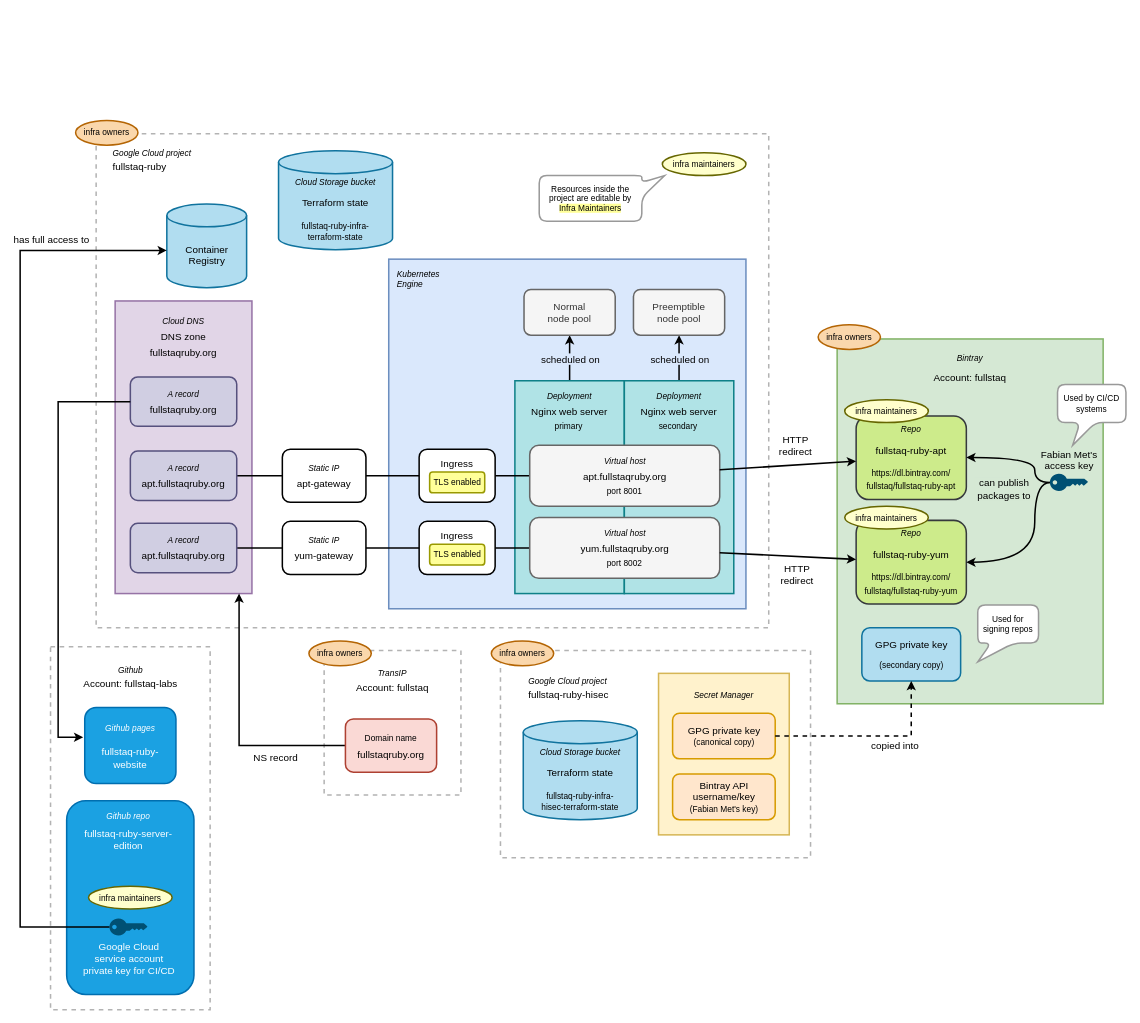
Earlier version of the draw.io diagram docs/infrastructure-overview.drawio (fullstaq-ruby/infra). Source tidied: cells renumbered, new cells numbered last; positions are measured from the earlier drawing's top-left corner, leaving out a move shared by most shapes. Both pictures are drawn from the tidied source at 76%, with x=0, y=0 at pixel (20, 120).
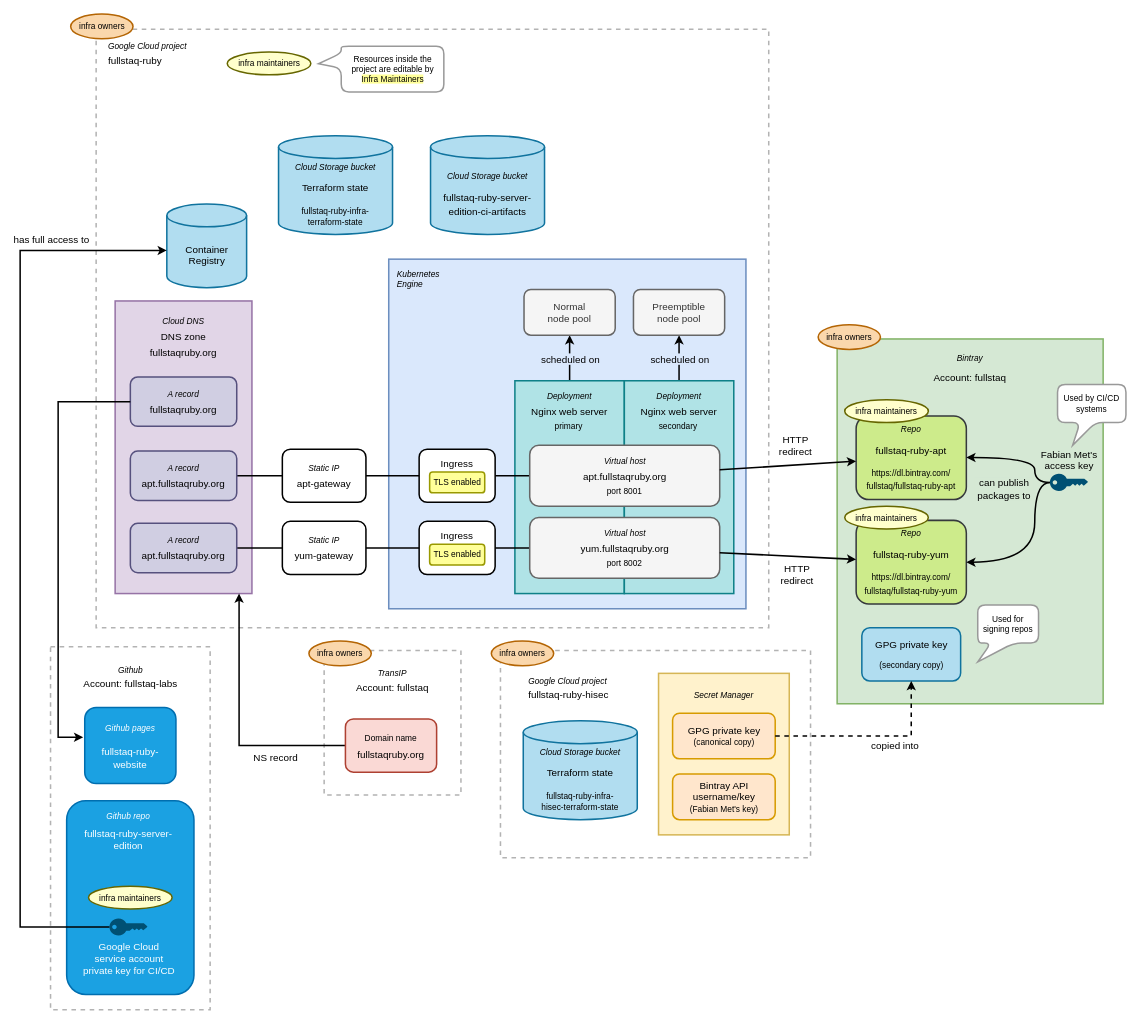
Above is the later version.

Commit message (it also covers changes not shown here):
Add Google Cloud Storage bucket for server edition CI artifacts

The edit, as a diff of the source:
```diff
@@
     <mxCell id="2" style="rounded=0;whiteSpace=wrap;html=1;shadow=0;glass=0;sketch=0;strokeWidth=2;fontSize=11;align=center;dashed=1;strokeColor=#B3B3B3;" parent="1" vertex="1">
-      <mxGeometry x="100" y="17.5" width="885" height="650" as="geometry" />
+      <mxGeometry x="100" y="-120" width="885" height="787.5" as="geometry" />
     </mxCell>
@@
     <mxCell id="49" value="&lt;p style=&quot;line-height: 160%&quot;&gt;&lt;i&gt;Google Cloud project&lt;/i&gt;&lt;br&gt;&lt;font style=&quot;font-size: 13px&quot;&gt;fullstaq-ruby&lt;/font&gt;&lt;/p&gt;" style="text;html=1;strokeColor=none;fillColor=none;align=left;verticalAlign=middle;whiteSpace=wrap;rounded=0;shadow=0;glass=0;dashed=1;labelBackgroundColor=none;sketch=0;fontSize=11;" parent="1" vertex="1">
-      <mxGeometry x="120" y="32.5" width="110" height="40" as="geometry" />
+      <mxGeometry x="113.5" y="-107.5" width="110" height="40" as="geometry" />
     </mxCell>
@@
-    <mxCell id="53" value="Resources inside the project are editable by &lt;span style=&quot;background-color: rgb(255 , 255 , 153)&quot;&gt;Infra Maintainers&lt;/span&gt;" style="shape=callout;whiteSpace=wrap;html=1;perimeter=calloutPerimeter;rounded=1;shadow=0;glass=0;labelBackgroundColor=none;sketch=0;strokeWidth=2;fontSize=11;align=center;position2=0;size=30;position=0.15;strokeColor=#999999;direction=south;base=20;flipH=1;" parent="1" vertex="1">
-      <mxGeometry x="683" y="72.5" width="165" height="60" as="geometry" />
+    <mxCell id="53" value="Resources inside the project are editable by &lt;span style=&quot;background-color: rgb(255 , 255 , 153)&quot;&gt;Infra Maintainers&lt;/span&gt;" style="shape=callout;whiteSpace=wrap;html=1;perimeter=calloutPerimeter;rounded=1;shadow=0;glass=0;labelBackgroundColor=none;sketch=0;strokeWidth=2;fontSize=11;align=center;position2=0.38;size=30;position=0.15;strokeColor=#999999;direction=south;base=20;flipH=0;" parent="1" vertex="1">
+      <mxGeometry x="392.5" y="-97.5" width="165" height="60" as="geometry" />
     </mxCell>
@@
     <mxCell id="65" style="group;" parent="1" vertex="1">
-      <mxGeometry x="340" y="40" width="150" height="130" as="geometry" />
+      <mxGeometry x="340" y="20" width="150" height="130" as="geometry" />
     </mxCell>
@@
     <mxCell id="76" value="infra owners" style="ellipse;whiteSpace=wrap;html=1;rounded=0;shadow=0;glass=0;labelBackgroundColor=none;sketch=0;strokeColor=#b46504;strokeWidth=2;fillColor=#fad7ac;fontSize=11;align=center;" parent="1" vertex="1">
-      <mxGeometry x="73" width="82" height="32.5" as="geometry" />
+      <mxGeometry x="66.5" y="-140" width="82" height="32.5" as="geometry" />
     </mxCell>
@@
     <mxCell id="79" value="infra maintainers" style="ellipse;whiteSpace=wrap;html=1;rounded=0;shadow=0;glass=0;labelBackgroundColor=none;sketch=0;strokeWidth=2;fontSize=11;align=center;strokeColor=#666600;fillColor=#FFFFCC;" parent="1" vertex="1">
-      <mxGeometry x="845" y="42.5" width="110" height="30" as="geometry" />
+      <mxGeometry x="272.5" y="-90" width="110" height="30" as="geometry" />
     </mxCell>
@@
+    <mxCell id="99" style="group;" parent="1" vertex="1">
+      <mxGeometry x="540" y="20" width="150" height="130" as="geometry" />
+    </mxCell>
+    <mxCell id="100" value="&lt;p style=&quot;line-height: 160%&quot;&gt;&lt;br&gt;&lt;/p&gt;" style="shape=cylinder2;whiteSpace=wrap;html=1;boundedLbl=1;backgroundOutline=1;size=15;rounded=0;shadow=0;glass=0;sketch=0;strokeColor=#10739e;strokeWidth=2;fontSize=11;align=center;fillColor=#b1ddf0;" parent="99" vertex="1">
+      <mxGeometry width="150" height="130" as="geometry" />
+    </mxCell>
+    <mxCell id="101" value="&lt;p style=&quot;line-height: 120%&quot;&gt;&lt;i&gt;Cloud Storage bucket&lt;br&gt;&lt;/i&gt;&lt;br&gt;&lt;font style=&quot;line-height: 135% ; font-size: 13px&quot;&gt;&lt;font style=&quot;font-size: 13px&quot;&gt;fullstaq-ruby-server-edition-ci-artifacts&lt;/font&gt;&lt;br&gt;&lt;/font&gt;&lt;/p&gt;" style="text;html=1;strokeColor=none;fillColor=none;align=center;verticalAlign=middle;whiteSpace=wrap;rounded=0;shadow=0;glass=0;sketch=0;fontSize=11;" parent="99" vertex="1">
+      <mxGeometry x="5" y="42.5" width="140" height="70" as="geometry" />
+    </mxCell>
```
